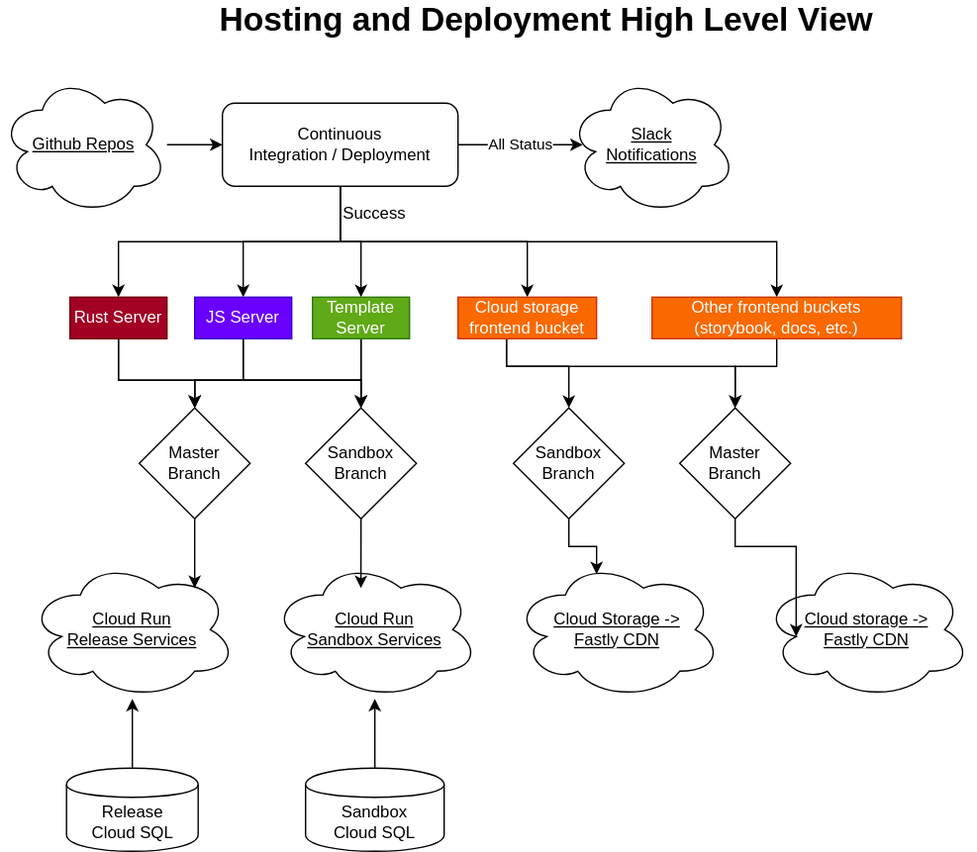
Before: documentation/src/engineering/hosting-deployment/hosting-deployment.drawio.svg, a diagram exported from draw.io (ji-devs/ji-cloud). Source tidied: cells renumbered, new cells last; positions are measured from the earlier drawing's top-left corner, leaving out a move shared by most shapes.
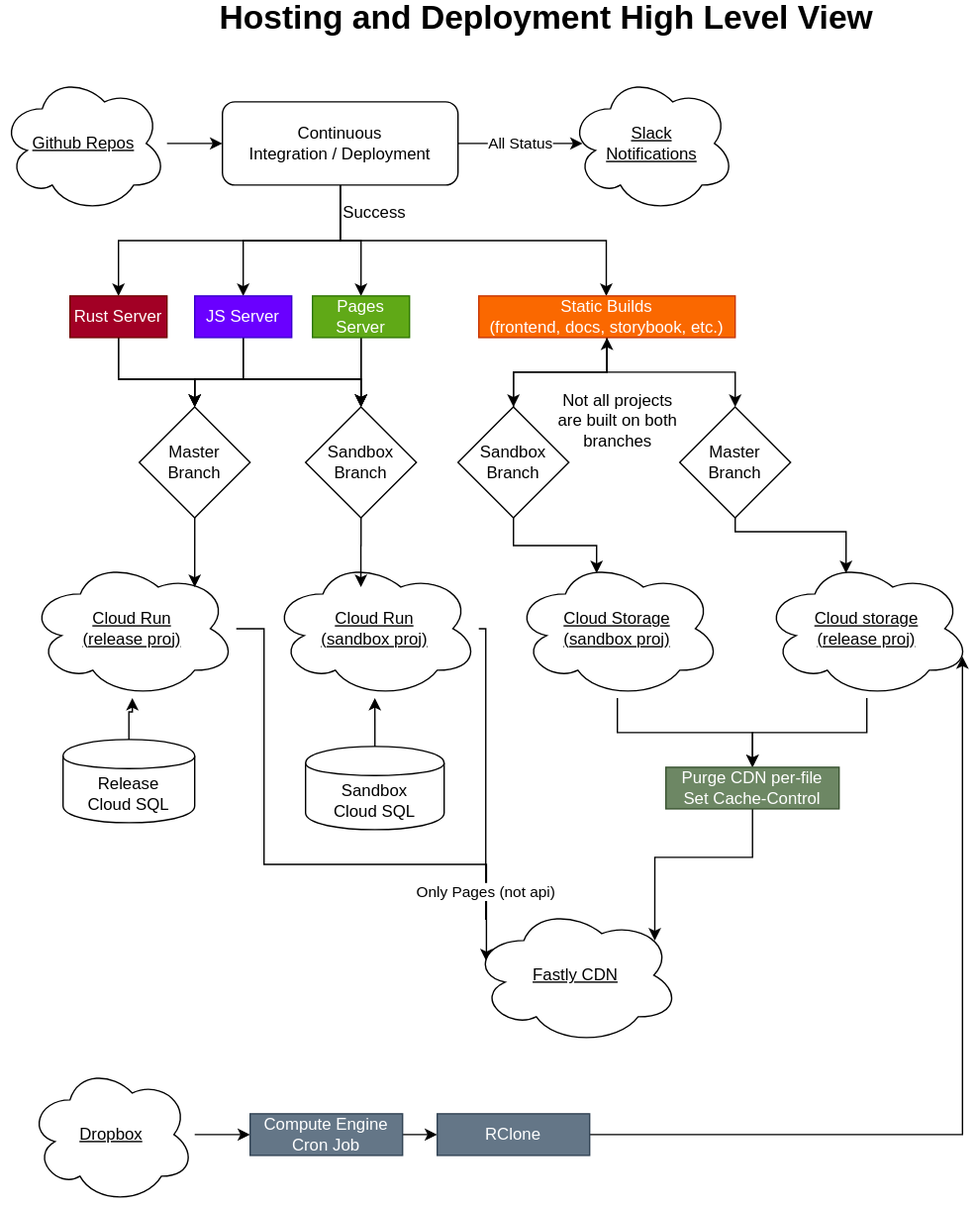
Above is the later version.

What changed in the source:
```diff
@@ -25,14 +25,11 @@
     <mxCell id="7" style="edgeStyle=orthogonalEdgeStyle;rounded=0;jettySize=auto;html=1;entryX=0.5;entryY=0;entryDx=0;entryDy=0;" parent="1" edge="1" source="10" target="20">
       <mxGeometry relative="1" as="geometry" />
     </mxCell>
-    <mxCell id="8" style="edgeStyle=orthogonalEdgeStyle;rounded=0;jettySize=auto;html=1;entryX=0.5;entryY=0;entryDx=0;entryDy=0;" parent="1" edge="1" source="10" target="24">
-      <mxGeometry relative="1" as="geometry" />
-    </mxCell>
     <mxCell id="9" style="edgeStyle=orthogonalEdgeStyle;rounded=0;jettySize=auto;html=1;" parent="1" edge="1" source="10" target="43">
       <mxGeometry relative="1" as="geometry">
         <Array as="points">
           <mxPoint x="245" y="170" />
-          <mxPoint x="560" y="170" />
+          <mxPoint x="437" y="170" />
         </Array>
       </mxGeometry>
     </mxCell>
@@ -91,32 +88,34 @@
     <mxCell id="19" style="edgeStyle=orthogonalEdgeStyle;rounded=0;jettySize=auto;html=1;entryX=0.5;entryY=0;entryDx=0;entryDy=0;" parent="1" edge="1" source="20" target="30">
       <mxGeometry relative="1" as="geometry" />
     </mxCell>
-    <mxCell id="20" value="Template Server" style="rounded=0;whiteSpace=wrap;html=1;fillColor=#60a917;strokeColor=#2D7600;fontColor=#ffffff;" parent="1" vertex="1">
+    <mxCell id="20" value="Pages Server" style="rounded=0;whiteSpace=wrap;html=1;fillColor=#60a917;strokeColor=#2D7600;fontColor=#ffffff;" parent="1" vertex="1">
       <mxGeometry x="225" y="210" width="70" height="30" as="geometry" />
     </mxCell>
+    <mxCell id="44" style="edgeStyle=orthogonalEdgeStyle;rounded=0;jettySize=auto;html=1;entryX=0.07;entryY=0.4;entryDx=0;entryDy=0;entryPerimeter=0;" parent="1" edge="1" source="21" target="58">
+      <mxGeometry relative="1" as="geometry">
+        <Array as="points">
+          <mxPoint x="190" y="450" />
+          <mxPoint x="190" y="620" />
+          <mxPoint x="351" y="620" />
+        </Array>
+      </mxGeometry>
+    </mxCell>
-    <mxCell id="21" value="&lt;u&gt;Cloud Run&lt;br&gt;Release Services&lt;br&gt;&lt;/u&gt;" style="ellipse;shape=cloud;whiteSpace=wrap;html=1;" parent="1" vertex="1">
+    <mxCell id="21" value="&lt;u&gt;Cloud Run&lt;br&gt;(release proj)&lt;br&gt;&lt;/u&gt;" style="ellipse;shape=cloud;whiteSpace=wrap;html=1;" parent="1" vertex="1">
       <mxGeometry x="20" y="400" width="150" height="100" as="geometry" />
     </mxCell>
-    <mxCell id="22" style="edgeStyle=orthogonalEdgeStyle;rounded=0;jettySize=auto;html=1;" parent="1" edge="1" source="24" target="37">
-      <mxGeometry relative="1" as="geometry">
-        <Array as="points">
-          <mxPoint x="365" y="260" />
-          <mxPoint x="410" y="260" />
-        </Array>
-      </mxGeometry>
-    </mxCell>
-    <mxCell id="23" style="edgeStyle=orthogonalEdgeStyle;rounded=0;jettySize=auto;html=1;" parent="1" edge="1" source="24" target="39">
-      <mxGeometry relative="1" as="geometry">
-        <Array as="points">
-          <mxPoint x="365" y="260" />
-          <mxPoint x="530" y="260" />
-        </Array>
-      </mxGeometry>
-    </mxCell>
-    <mxCell id="24" value="Cloud storage frontend bucket" style="rounded=0;whiteSpace=wrap;html=1;fillColor=#fa6800;strokeColor=#C73500;fontColor=#ffffff;" parent="1" vertex="1">
-      <mxGeometry x="330" y="210" width="100" height="30" as="geometry" />
-    </mxCell>
+    <mxCell id="45" style="edgeStyle=orthogonalEdgeStyle;rounded=0;jettySize=auto;html=1;endArrow=none;endFill=0;" parent="1" edge="1" source="25">
+      <mxGeometry relative="1" as="geometry">
+        <mxPoint x="350" y="660" as="targetPoint" />
+        <Array as="points">
+          <mxPoint x="350" y="450" />
+          <mxPoint x="350" y="640" />
+        </Array>
+      </mxGeometry>
+    </mxCell>
+    <mxCell id="46" value="Only Pages (not api)" style="edgeLabel;html=1;align=center;verticalAlign=middle;" parent="45" vertex="1">
+      <mxGeometry x="0.81" relative="1" as="geometry" />
+    </mxCell>
-    <mxCell id="25" value="&lt;u&gt;Cloud Run&lt;br&gt;Sandbox Services&lt;br&gt;&lt;/u&gt;" style="ellipse;shape=cloud;whiteSpace=wrap;html=1;" parent="1" vertex="1">
+    <mxCell id="25" value="&lt;u&gt;Cloud Run&lt;br&gt;(sandbox proj)&lt;br&gt;&lt;/u&gt;" style="ellipse;shape=cloud;whiteSpace=wrap;html=1;" parent="1" vertex="1">
       <mxGeometry x="195" y="400" width="150" height="100" as="geometry" />
     </mxCell>
     <mxCell id="26" value="Success" style="text;html=1;strokeColor=none;fillColor=none;align=center;verticalAlign=middle;whiteSpace=wrap;rounded=0;" parent="1" vertex="1">
@@ -138,45 +137,87 @@
       <mxGeometry relative="1" as="geometry" />
     </mxCell>
     <mxCell id="32" value="Sandbox&lt;br&gt;Cloud SQL" style="shape=cylinder;whiteSpace=wrap;html=1;boundedLbl=1;backgroundOutline=1;" parent="1" vertex="1">
-      <mxGeometry x="220" y="550" width="100" height="60" as="geometry" />
+      <mxGeometry x="220" y="535" width="100" height="60" as="geometry" />
     </mxCell>
     <mxCell id="33" style="edgeStyle=orthogonalEdgeStyle;rounded=0;jettySize=auto;html=1;entryX=0.5;entryY=1;entryDx=0;entryDy=0;entryPerimeter=0;" parent="1" edge="1" source="34" target="21">
       <mxGeometry relative="1" as="geometry" />
     </mxCell>
     <mxCell id="34" value="Release &lt;br&gt;Cloud SQL" style="shape=cylinder;whiteSpace=wrap;html=1;boundedLbl=1;backgroundOutline=1;" parent="1" vertex="1">
-      <mxGeometry x="47.5" y="550" width="95" height="60" as="geometry" />
+      <mxGeometry x="45" y="530" width="95" height="60" as="geometry" />
     </mxCell>
+    <mxCell id="47" style="edgeStyle=orthogonalEdgeStyle;rounded=0;jettySize=auto;html=1;entryX=0.5;entryY=0;entryDx=0;entryDy=0;" parent="1" edge="1" source="35" target="54">
+      <mxGeometry relative="1" as="geometry" />
+    </mxCell>
-    <mxCell id="35" value="&lt;u&gt;Cloud storage -&amp;gt;&lt;br&gt;Fastly CDN&lt;br&gt;&lt;/u&gt;" style="ellipse;shape=cloud;whiteSpace=wrap;html=1;" parent="1" vertex="1">
+    <mxCell id="35" value="&lt;u&gt;Cloud storage&lt;br&gt;(release proj)&lt;br&gt;&lt;/u&gt;" style="ellipse;shape=cloud;whiteSpace=wrap;html=1;" parent="1" vertex="1">
       <mxGeometry x="550" y="400" width="150" height="100" as="geometry" />
     </mxCell>
     <mxCell id="36" style="edgeStyle=orthogonalEdgeStyle;rounded=0;jettySize=auto;html=1;entryX=0.4;entryY=0.1;entryDx=0;entryDy=0;entryPerimeter=0;" parent="1" edge="1" source="37" target="40">
       <mxGeometry relative="1" as="geometry" />
     </mxCell>
+    <mxCell id="48" style="edgeStyle=orthogonalEdgeStyle;rounded=0;jettySize=auto;html=1;" parent="1" edge="1" source="37" target="43">
+      <mxGeometry relative="1" as="geometry" />
+    </mxCell>
     <mxCell id="37" value="Sandbox&lt;br&gt;Branch" style="rhombus;whiteSpace=wrap;html=1;" parent="1" vertex="1">
-      <mxGeometry x="370" y="290" width="80" height="80" as="geometry" />
+      <mxGeometry x="330" y="290" width="80" height="80" as="geometry" />
     </mxCell>
-    <mxCell id="38" style="edgeStyle=orthogonalEdgeStyle;rounded=0;jettySize=auto;html=1;entryX=0.16;entryY=0.55;entryDx=0;entryDy=0;entryPerimeter=0;" parent="1" edge="1" source="39" target="35">
-      <mxGeometry relative="1" as="geometry" />
+    <mxCell id="38" style="edgeStyle=orthogonalEdgeStyle;rounded=0;jettySize=auto;html=1;endArrow=classic;endFill=1;entryX=0.4;entryY=0.1;entryDx=0;entryDy=0;entryPerimeter=0;" parent="1" edge="1" source="39" target="35">
+      <mxGeometry relative="1" as="geometry">
+        <Array as="points">
+          <mxPoint x="530" y="380" />
+          <mxPoint x="610" y="380" />
+        </Array>
+      </mxGeometry>
     </mxCell>
     <mxCell id="39" value="Master&lt;br&gt;Branch" style="rhombus;whiteSpace=wrap;html=1;" parent="1" vertex="1">
       <mxGeometry x="490" y="290" width="80" height="80" as="geometry" />
     </mxCell>
+    <mxCell id="49" style="edgeStyle=orthogonalEdgeStyle;rounded=0;jettySize=auto;html=1;entryX=0.5;entryY=0;entryDx=0;entryDy=0;" parent="1" edge="1" source="40" target="54">
+      <mxGeometry relative="1" as="geometry" />
+    </mxCell>
-    <mxCell id="40" value="&lt;u&gt;Cloud Storage -&amp;gt;&lt;br&gt;Fastly CDN&lt;br&gt;&lt;/u&gt;" style="ellipse;shape=cloud;whiteSpace=wrap;html=1;" parent="1" vertex="1">
+    <mxCell id="40" value="&lt;u&gt;Cloud Storage&lt;br&gt;(sandbox proj)&lt;br&gt;&lt;/u&gt;" style="ellipse;shape=cloud;whiteSpace=wrap;html=1;" parent="1" vertex="1">
       <mxGeometry x="370" y="400" width="150" height="100" as="geometry" />
     </mxCell>
     <mxCell id="41" value="&lt;b&gt;&lt;font style=&quot;font-size: 24px&quot;&gt;Hosting and Deployment High Level View&lt;/font&gt;&lt;/b&gt;" style="text;html=1;strokeColor=none;fillColor=none;align=center;verticalAlign=middle;whiteSpace=wrap;rounded=0;" parent="1" vertex="1">
       <mxGeometry x="84" width="620" height="20" as="geometry" />
     </mxCell>
+    <mxCell id="50" style="edgeStyle=orthogonalEdgeStyle;rounded=0;jettySize=auto;html=1;entryX=0.5;entryY=0;entryDx=0;entryDy=0;" parent="1" edge="1" source="43" target="37">
+      <mxGeometry relative="1" as="geometry" />
+    </mxCell>
     <mxCell id="42" style="edgeStyle=orthogonalEdgeStyle;rounded=0;jettySize=auto;html=1;" parent="1" edge="1" source="43" target="39">
-      <mxGeometry relative="1" as="geometry">
-        <Array as="points">
-          <mxPoint x="560" y="260" />
-          <mxPoint x="530" y="260" />
-        </Array>
-      </mxGeometry>
+      <mxGeometry relative="1" as="geometry" />
     </mxCell>
-    <mxCell id="43" value="Other frontend buckets (storybook, docs, etc.)" style="rounded=0;whiteSpace=wrap;html=1;fillColor=#fa6800;strokeColor=#C73500;fontColor=#ffffff;" parent="1" vertex="1">
-      <mxGeometry x="470" y="210" width="180" height="30" as="geometry" />
+    <mxCell id="43" value="Static Builds&lt;br&gt;(frontend, docs, storybook, etc.)" style="rounded=0;whiteSpace=wrap;html=1;fillColor=#fa6800;strokeColor=#C73500;fontColor=#ffffff;" parent="1" vertex="1">
+      <mxGeometry x="345" y="210" width="185" height="30" as="geometry" />
     </mxCell>
+    <mxCell id="51" style="edgeStyle=orthogonalEdgeStyle;rounded=0;jettySize=auto;html=1;entryX=0;entryY=0.5;entryDx=0;entryDy=0;endArrow=classic;endFill=1;" parent="1" edge="1" source="52" target="56">
+      <mxGeometry relative="1" as="geometry" />
+    </mxCell>
+    <mxCell id="52" value="&lt;u&gt;Dropbox&lt;/u&gt;" style="ellipse;shape=cloud;whiteSpace=wrap;html=1;" parent="1" vertex="1">
+      <mxGeometry x="20" y="765" width="120" height="100" as="geometry" />
+    </mxCell>
+    <mxCell id="53" style="edgeStyle=orthogonalEdgeStyle;rounded=0;jettySize=auto;html=1;entryX=0.88;entryY=0.25;entryDx=0;entryDy=0;entryPerimeter=0;" parent="1" edge="1" source="54" target="58">
+      <mxGeometry relative="1" as="geometry" />
+    </mxCell>
+    <mxCell id="54" value="Purge CDN per-file&lt;br&gt;Set Cache-Control" style="rounded=0;whiteSpace=wrap;html=1;fillColor=#6d8764;strokeColor=#3A5431;fontColor=#ffffff;" parent="1" vertex="1">
+      <mxGeometry x="480" y="550" width="125" height="30" as="geometry" />
+    </mxCell>
+    <mxCell id="55" style="edgeStyle=orthogonalEdgeStyle;rounded=0;jettySize=auto;html=1;entryX=0;entryY=0.5;entryDx=0;entryDy=0;endArrow=classic;endFill=1;" parent="1" edge="1" source="56" target="60">
+      <mxGeometry relative="1" as="geometry" />
+    </mxCell>
+    <mxCell id="56" value="Compute Engine Cron Job&lt;br&gt;" style="rounded=0;whiteSpace=wrap;html=1;fillColor=#647687;strokeColor=#314354;fontColor=#ffffff;" parent="1" vertex="1">
+      <mxGeometry x="180" y="800" width="110" height="30" as="geometry" />
+    </mxCell>
+    <mxCell id="57" value="Not all projects&lt;br&gt;are built on both&lt;br&gt;branches" style="text;html=1;align=center;verticalAlign=middle;" parent="1" vertex="1">
+      <mxGeometry x="395" y="275" width="100" height="50" as="geometry" />
+    </mxCell>
+    <mxCell id="58" value="&lt;u&gt;Fastly CDN&lt;br&gt;&lt;/u&gt;" style="ellipse;shape=cloud;whiteSpace=wrap;html=1;" parent="1" vertex="1">
+      <mxGeometry x="340" y="650" width="150" height="100" as="geometry" />
+    </mxCell>
+    <mxCell id="59" style="edgeStyle=orthogonalEdgeStyle;rounded=0;jettySize=auto;html=1;entryX=0.96;entryY=0.7;entryDx=0;entryDy=0;entryPerimeter=0;endArrow=classic;endFill=1;" parent="1" edge="1" source="60" target="35">
+      <mxGeometry relative="1" as="geometry" />
+    </mxCell>
+    <mxCell id="60" value="RClone" style="rounded=0;whiteSpace=wrap;html=1;fillColor=#647687;strokeColor=#314354;fontColor=#ffffff;" parent="1" vertex="1">
+      <mxGeometry x="315" y="800" width="110" height="30" as="geometry" />
+    </mxCell>
   </root>
 </mxGraphModel>
```
